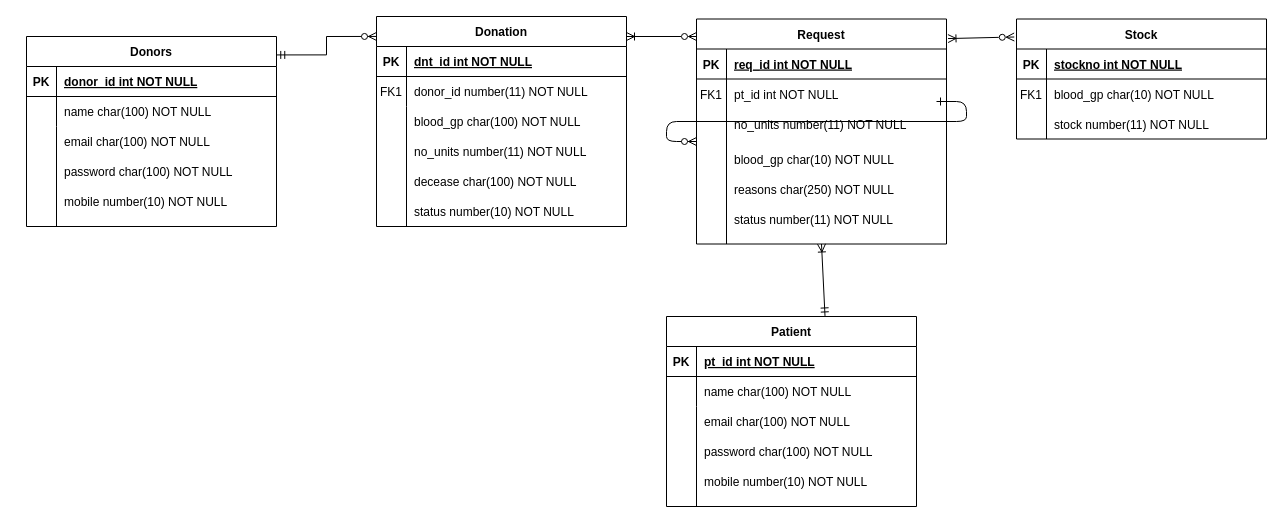
Before: ER-Diagram_DB.drawio in HORRYZONE/PHP, a draw.io diagram. Source tidied: cells renumbered, new cells numbered last; positions are measured from the earlier drawing's top-left corner, leaving out a move shared by most shapes. Both pictures are drawn from the tidied source at 100%, with x=0, y=0 at pixel (26, 16).
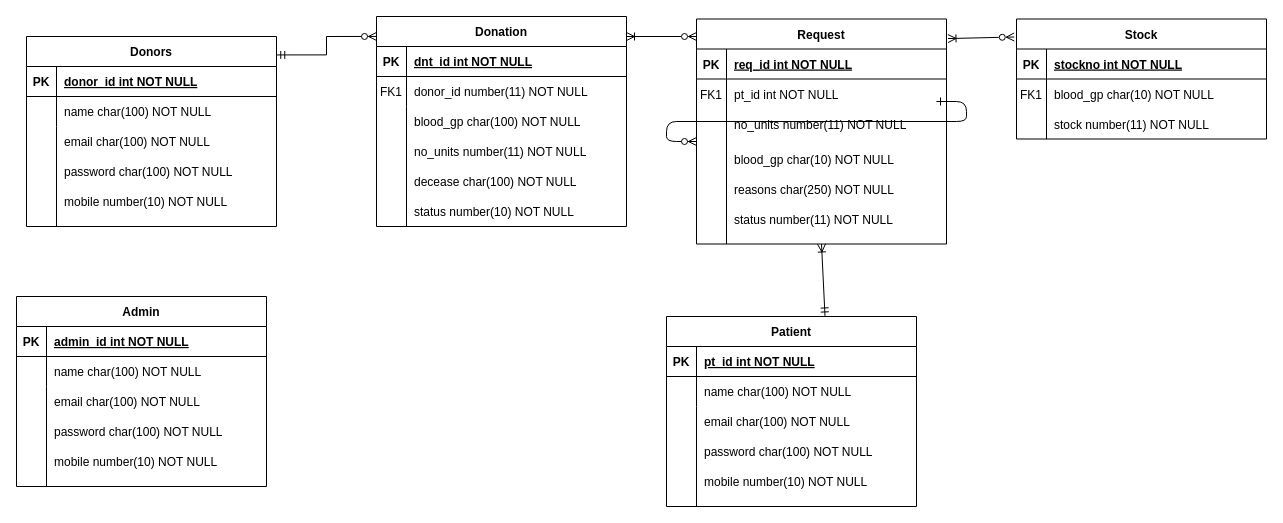
The same diagram, later.

Diff of the diagram source:
```diff
@@
+    <mxCell id="70" style="group;" parent="1" vertex="1">
+      <mxGeometry x="-10" y="280" width="250" height="190" as="geometry" />
+    </mxCell>
+    <mxCell id="71" value="Admin" style="shape=table;startSize=30;childLayout=tableLayout;rowLines=0;fontStyle=1;align=center;" parent="70" vertex="1">
+      <mxGeometry width="250" height="190" as="geometry" />
+    </mxCell>
+    <mxCell id="72" style="shape=partialRectangle;fillColor=none;top=0;left=0;right=0;bottom=1;" parent="71" vertex="1">
+      <mxGeometry y="30" width="250" height="30" as="geometry" />
+    </mxCell>
+    <mxCell id="73" value="PK" style="shape=partialRectangle;overflow=hidden;fillColor=none;top=0;left=0;bottom=0;right=0;fontStyle=1;" parent="72" vertex="1">
+      <mxGeometry width="30" height="30" as="geometry" />
+    </mxCell>
+    <mxCell id="74" value="admin_id int NOT NULL " style="shape=partialRectangle;overflow=hidden;fillColor=none;top=0;left=0;bottom=0;right=0;align=left;spacingLeft=6;fontStyle=5;" parent="72" vertex="1">
+      <mxGeometry x="30" width="220" height="30" as="geometry" />
+    </mxCell>
+    <mxCell id="75" style="shape=partialRectangle;fillColor=none;points=[[0,0.5],[1,0.5]];portConstraint=eastwest;top=0;left=0;right=0;bottom=0;" parent="71" vertex="1">
+      <mxGeometry y="60" width="250" height="30" as="geometry" />
+    </mxCell>
+    <mxCell id="76" style="shape=partialRectangle;overflow=hidden;fillColor=none;top=0;left=0;bottom=0;right=0;" parent="75" vertex="1">
+      <mxGeometry width="30" height="30" as="geometry" />
+    </mxCell>
+    <mxCell id="77" value="name char(100) NOT NULL" style="shape=partialRectangle;overflow=hidden;fillColor=none;top=0;left=0;bottom=0;right=0;align=left;spacingLeft=6;" parent="75" vertex="1">
+      <mxGeometry x="30" width="220" height="30" as="geometry" />
+    </mxCell>
+    <mxCell id="78" value="email char(100) NOT NULL" style="shape=partialRectangle;overflow=hidden;fillColor=none;top=0;left=0;bottom=0;right=0;align=left;spacingLeft=6;" parent="70" vertex="1">
+      <mxGeometry x="30" y="90" width="220" height="30" as="geometry" />
+    </mxCell>
+    <mxCell id="79" value="password char(100) NOT NULL" style="shape=partialRectangle;overflow=hidden;fillColor=none;top=0;left=0;bottom=0;right=0;align=left;spacingLeft=6;" parent="70" vertex="1">
+      <mxGeometry x="30" y="120" width="220" height="30" as="geometry" />
+    </mxCell>
+    <mxCell id="80" value="mobile number(10) NOT NULL" style="shape=partialRectangle;overflow=hidden;fillColor=none;top=0;left=0;bottom=0;right=0;align=left;spacingLeft=6;" parent="70" vertex="1">
+      <mxGeometry x="30" y="150" width="220" height="30" as="geometry" />
+    </mxCell>
+    <mxCell id="81" style="endArrow=none;html=1;rounded=0;entryX=0.12;entryY=1;entryDx=0;entryDy=0;entryPerimeter=0;" parent="70" edge="1" target="75">
+      <mxGeometry relative="1" as="geometry">
+        <mxPoint x="30" y="190" as="sourcePoint" />
+      </mxGeometry>
+    </mxCell>
```
